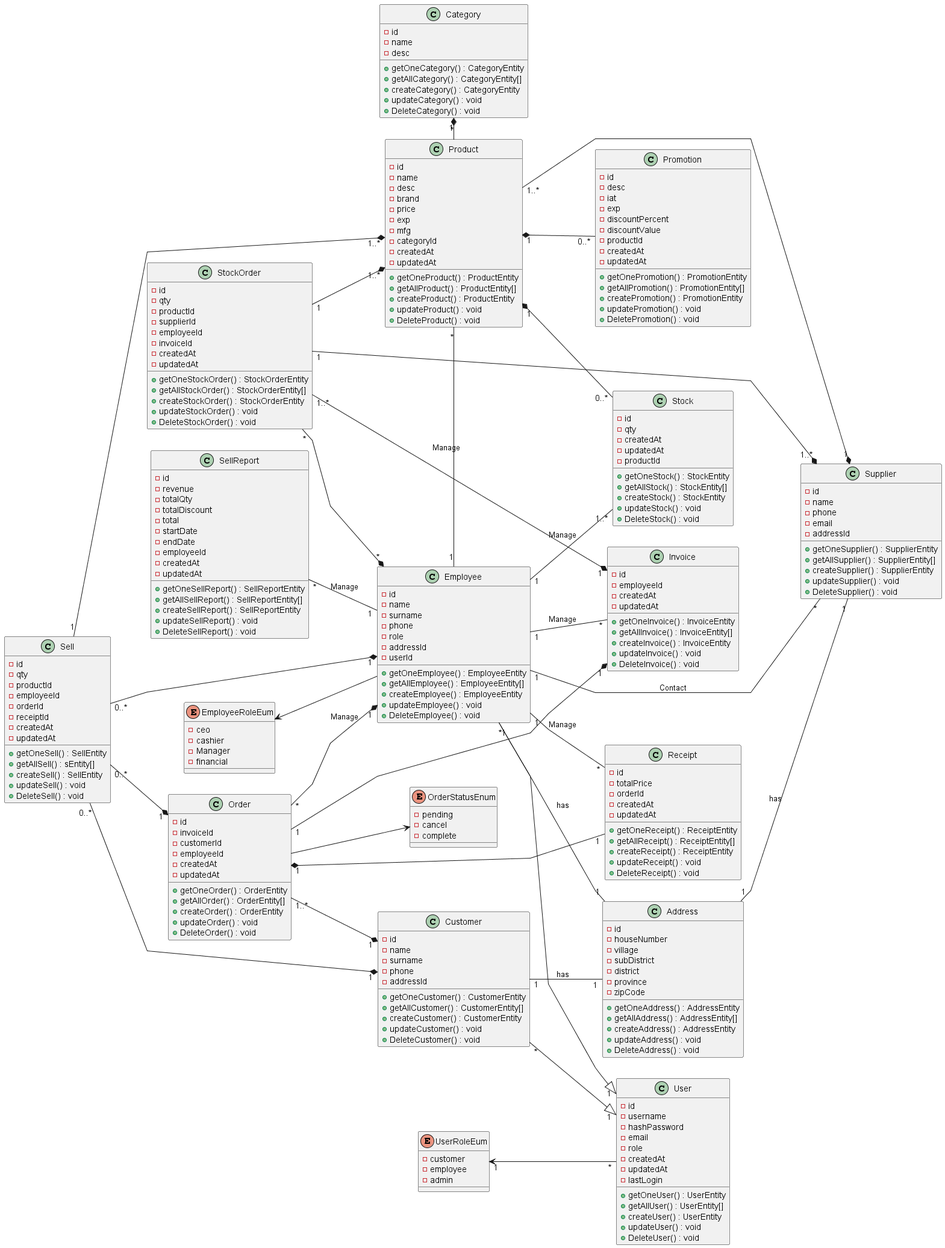
Before: out/system-analysis/class-diagram/class-diagram.png, a diagram exported from PlantUML (billowdev/inventory-system-plantuml-sequelize-seeder-example).
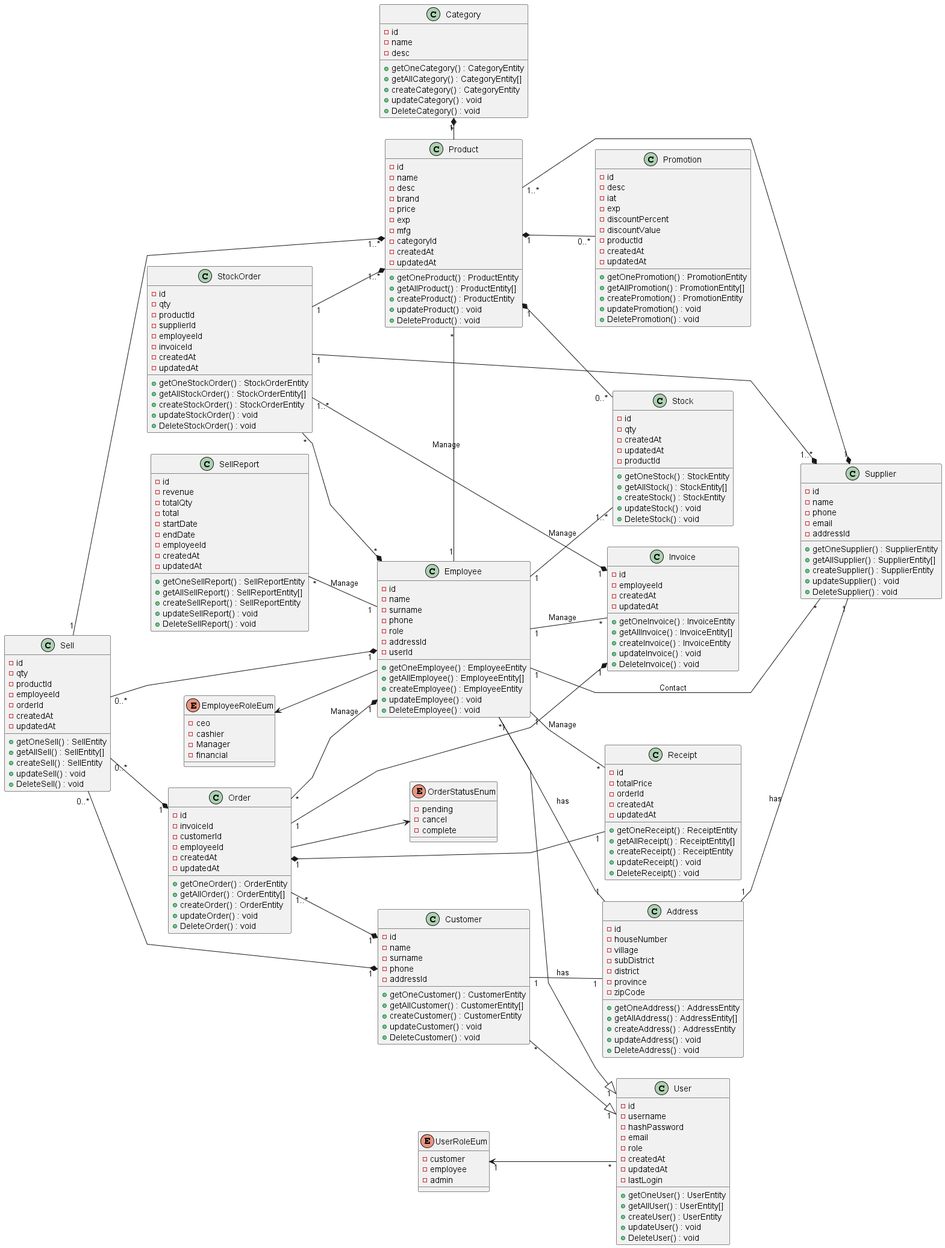
Above is the later version.

What changed in the source:
```diff
@@ -197,12 +197,11 @@
     - productId
     - employeeId
     - orderId
-    - receiptId
     - createdAt
     - updatedAt
 
     + getOneSell() : SellEntity
-    + getAllSell() : sEntity[]
+    + getAllSell() : SellEntity[]
     + createSell() : SellEntity
     + updateSell() : void
     + DeleteSell() : void
@@ -230,7 +229,6 @@
     - id
     - revenue
     - totalQty
-    - totalDiscount
     - total
     - startDate
     - endDate
```
